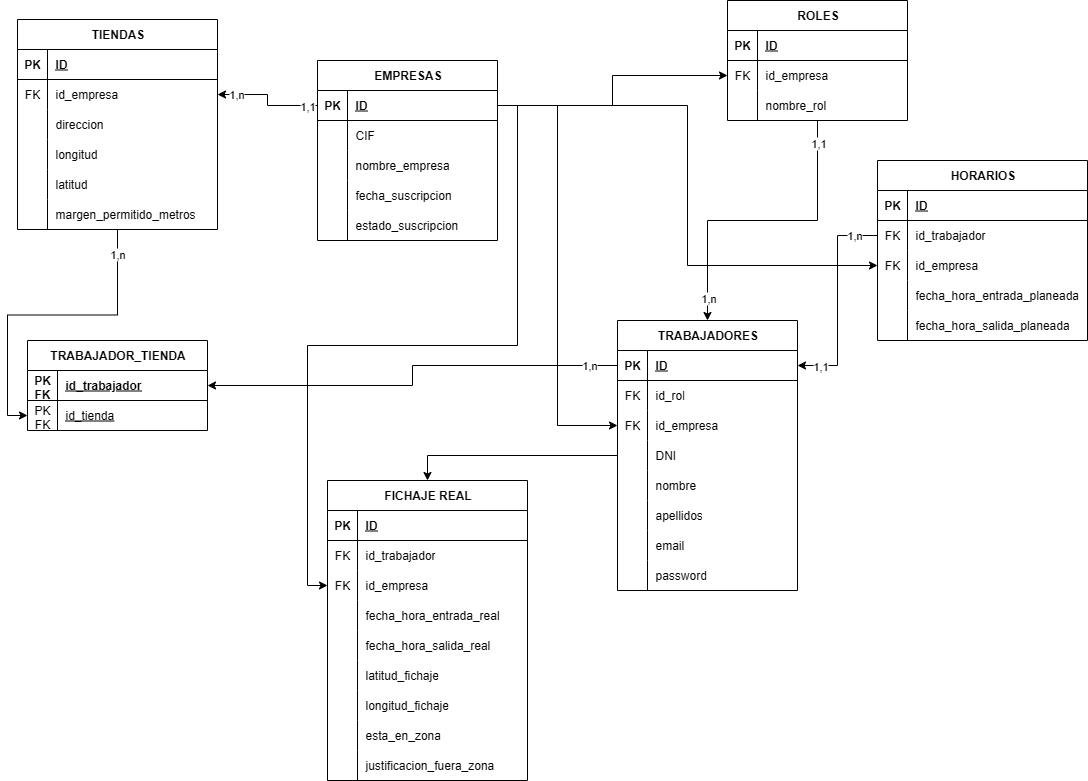
predolars/proyecto-horarios keeps this draw.io diagram as Diagrama ER Schedule checker.drawio.png. Above is the earlier version. Source tidied: cells renumbered, new cells last; positions are measured from the earlier drawing's top-left corner, leaving out a move shared by most shapes.
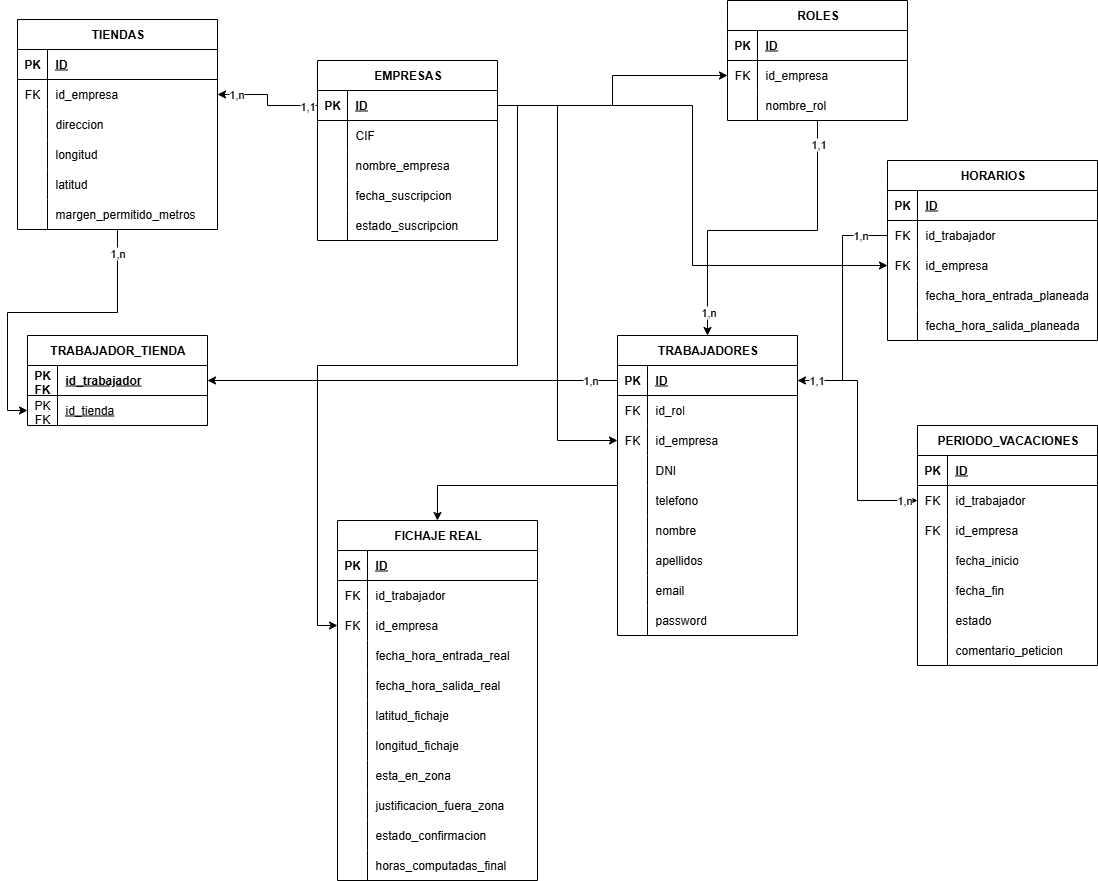
The same file after the commit.

Commit message:
Diagrama db actualizado

What changed in the source:
```diff
@@ -3,7 +3,7 @@
     <mxCell id="0" />
     <mxCell id="1" parent="0" />
     <mxCell id="2" value="FICHAJE REAL" style="shape=table;startSize=30;rowLines=0;fontStyle=1;align=center;html=1;" parent="1" vertex="1">
-      <mxGeometry x="310" y="480" width="200" height="300" as="geometry" />
+      <mxGeometry x="320" y="520" width="200" height="360" as="geometry" />
     </mxCell>
     <mxCell id="3" style="shape=tableRow;horizontal=0;startSize=0;swimlaneHead=0;swimlaneBody=0;fillColor=none;top=0;left=0;right=0;bottom=1;" parent="2" vertex="1">
       <mxGeometry y="30" width="200" height="30" as="geometry" />
@@ -86,6 +86,24 @@
     <mxCell id="29" value="justificacion_fuera_zona" style="shape=partialRectangle;fillColor=none;top=0;left=0;bottom=0;right=0;align=left;spacingLeft=6;overflow=hidden;whiteSpace=wrap;html=1;" parent="27" vertex="1">
       <mxGeometry x="30" width="170" height="30" as="geometry" />
     </mxCell>
+    <mxCell id="141" style="shape=tableRow;horizontal=0;startSize=0;swimlaneHead=0;swimlaneBody=0;fillColor=none;top=0;left=0;right=0;bottom=0;" parent="2" vertex="1">
+      <mxGeometry y="300" width="200" height="30" as="geometry" />
+    </mxCell>
+    <mxCell id="142" style="shape=partialRectangle;fillColor=none;top=0;left=0;bottom=0;right=0;overflow=hidden;whiteSpace=wrap;html=1;" parent="141" vertex="1">
+      <mxGeometry width="30" height="30" as="geometry" />
+    </mxCell>
+    <mxCell id="143" value="estado_confirmacion" style="shape=partialRectangle;fillColor=none;top=0;left=0;bottom=0;right=0;align=left;spacingLeft=6;overflow=hidden;whiteSpace=wrap;html=1;" parent="141" vertex="1">
+      <mxGeometry x="30" width="170" height="30" as="geometry" />
+    </mxCell>
+    <mxCell id="144" style="shape=tableRow;horizontal=0;startSize=0;swimlaneHead=0;swimlaneBody=0;fillColor=none;top=0;left=0;right=0;bottom=0;" parent="2" vertex="1">
+      <mxGeometry y="330" width="200" height="30" as="geometry" />
+    </mxCell>
+    <mxCell id="145" style="shape=partialRectangle;fillColor=none;top=0;left=0;bottom=0;right=0;overflow=hidden;whiteSpace=wrap;html=1;" parent="144" vertex="1">
+      <mxGeometry width="30" height="30" as="geometry" />
+    </mxCell>
+    <mxCell id="146" value="horas_computadas_final" style="shape=partialRectangle;fillColor=none;top=0;left=0;bottom=0;right=0;align=left;spacingLeft=6;overflow=hidden;whiteSpace=wrap;html=1;" parent="144" vertex="1">
+      <mxGeometry x="30" width="170" height="30" as="geometry" />
+    </mxCell>
     <mxCell id="30" style="edgeStyle=orthogonalEdgeStyle;rounded=0;jettySize=auto;html=1;entryX=0;entryY=0.5;entryDx=0;entryDy=0;" parent="1" edge="1" source="32" target="110">
       <mxGeometry relative="1" as="geometry" />
     </mxCell>
@@ -152,7 +170,7 @@
       <mxGeometry x="30" width="170" height="30" as="geometry" />
     </mxCell>
     <mxCell id="51" value="HORARIOS" style="shape=table;startSize=30;rowLines=0;fontStyle=1;align=center;html=1;" parent="1" vertex="1">
-      <mxGeometry x="860" y="160" width="210" height="180" as="geometry" />
+      <mxGeometry x="870" y="160" width="210" height="180" as="geometry" />
     </mxCell>
     <mxCell id="52" style="shape=tableRow;horizontal=0;startSize=0;swimlaneHead=0;swimlaneBody=0;fillColor=none;top=0;left=0;right=0;bottom=1;" parent="51" vertex="1">
       <mxGeometry y="30" width="210" height="30" as="geometry" />
@@ -203,7 +221,7 @@
       <mxGeometry relative="1" as="geometry" />
     </mxCell>
     <mxCell id="68" value="TRABAJADORES" style="shape=table;startSize=30;rowLines=0;fontStyle=1;align=center;html=1;" parent="1" vertex="1">
-      <mxGeometry x="600" y="320" width="180" height="270" as="geometry" />
+      <mxGeometry x="600" y="335" width="180" height="300" as="geometry" />
     </mxCell>
     <mxCell id="69" style="shape=tableRow;horizontal=0;startSize=0;swimlaneHead=0;swimlaneBody=0;fillColor=none;points=[[0,0.5],[1,0.5]];portConstraint=eastwest;top=0;left=0;right=0;bottom=1;" parent="68" vertex="1">
       <mxGeometry y="30" width="180" height="30" as="geometry" />
@@ -241,8 +259,17 @@
     <mxCell id="80" value="DNI" style="shape=partialRectangle;fillColor=none;top=0;left=0;bottom=0;right=0;align=left;spacingLeft=6;overflow=hidden;whiteSpace=wrap;html=1;" parent="78" vertex="1">
       <mxGeometry x="30" width="150" height="30" as="geometry" />
     </mxCell>
+    <mxCell id="147" style="shape=tableRow;horizontal=0;startSize=0;swimlaneHead=0;swimlaneBody=0;fillColor=none;top=0;left=0;right=0;bottom=0;" parent="68" vertex="1">
+      <mxGeometry y="150" width="180" height="30" as="geometry" />
+    </mxCell>
+    <mxCell id="148" style="shape=partialRectangle;fillColor=none;top=0;left=0;bottom=0;right=0;overflow=hidden;whiteSpace=wrap;html=1;" parent="147" vertex="1">
+      <mxGeometry width="30" height="30" as="geometry" />
+    </mxCell>
+    <mxCell id="149" value="telefono" style="shape=partialRectangle;fillColor=none;top=0;left=0;bottom=0;right=0;align=left;spacingLeft=6;overflow=hidden;whiteSpace=wrap;html=1;" parent="147" vertex="1">
+      <mxGeometry x="30" width="150" height="30" as="geometry" />
+    </mxCell>
     <mxCell id="81" style="shape=tableRow;horizontal=0;startSize=0;swimlaneHead=0;swimlaneBody=0;fillColor=none;top=0;left=0;right=0;bottom=0;" parent="68" vertex="1">
-      <mxGeometry y="150" width="180" height="30" as="geometry" />
+      <mxGeometry y="180" width="180" height="30" as="geometry" />
     </mxCell>
     <mxCell id="82" style="shape=partialRectangle;fillColor=none;top=0;left=0;bottom=0;right=0;overflow=hidden;whiteSpace=wrap;html=1;" parent="81" vertex="1">
       <mxGeometry width="30" height="30" as="geometry" />
@@ -251,7 +278,7 @@
       <mxGeometry x="30" width="150" height="30" as="geometry" />
     </mxCell>
     <mxCell id="84" style="shape=tableRow;horizontal=0;startSize=0;swimlaneHead=0;swimlaneBody=0;fillColor=none;top=0;left=0;right=0;bottom=0;" parent="68" vertex="1">
-      <mxGeometry y="180" width="180" height="30" as="geometry" />
+      <mxGeometry y="210" width="180" height="30" as="geometry" />
     </mxCell>
     <mxCell id="85" style="shape=partialRectangle;fillColor=none;top=0;left=0;bottom=0;right=0;overflow=hidden;whiteSpace=wrap;html=1;" parent="84" vertex="1">
       <mxGeometry width="30" height="30" as="geometry" />
@@ -260,7 +287,7 @@
       <mxGeometry x="30" width="150" height="30" as="geometry" />
     </mxCell>
     <mxCell id="87" style="shape=tableRow;horizontal=0;startSize=0;swimlaneHead=0;swimlaneBody=0;fillColor=none;top=0;left=0;right=0;bottom=0;" parent="68" vertex="1">
-      <mxGeometry y="210" width="180" height="30" as="geometry" />
+      <mxGeometry y="240" width="180" height="30" as="geometry" />
     </mxCell>
     <mxCell id="88" style="shape=partialRectangle;fillColor=none;top=0;left=0;bottom=0;right=0;overflow=hidden;whiteSpace=wrap;html=1;" parent="87" vertex="1">
       <mxGeometry width="30" height="30" as="geometry" />
@@ -269,7 +296,7 @@
       <mxGeometry x="30" width="150" height="30" as="geometry" />
     </mxCell>
     <mxCell id="90" style="shape=tableRow;horizontal=0;startSize=0;swimlaneHead=0;swimlaneBody=0;fillColor=none;top=0;left=0;right=0;bottom=0;" parent="68" vertex="1">
-      <mxGeometry y="240" width="180" height="30" as="geometry" />
+      <mxGeometry y="270" width="180" height="30" as="geometry" />
     </mxCell>
     <mxCell id="91" style="shape=partialRectangle;fillColor=none;top=0;left=0;bottom=0;right=0;overflow=hidden;whiteSpace=wrap;html=1;" parent="90" vertex="1">
       <mxGeometry width="30" height="30" as="geometry" />
@@ -278,7 +305,12 @@
       <mxGeometry x="30" width="150" height="30" as="geometry" />
     </mxCell>
     <mxCell id="93" style="edgeStyle=orthogonalEdgeStyle;rounded=0;jettySize=auto;html=1;entryX=0.5;entryY=0;entryDx=0;entryDy=0;" parent="1" edge="1" source="96" target="68">
-      <mxGeometry relative="1" as="geometry" />
+      <mxGeometry relative="1" as="geometry">
+        <Array as="points">
+          <mxPoint x="800" y="230" />
+          <mxPoint x="690" y="230" />
+        </Array>
+      </mxGeometry>
     </mxCell>
     <mxCell id="94" value="1,1" style="edgeLabel;html=1;align=center;verticalAlign=middle;" parent="93" vertex="1">
       <mxGeometry x="-0.86" y="1" relative="1" as="geometry">
@@ -321,7 +353,7 @@
       <mxGeometry x="30" width="150" height="30" as="geometry" />
     </mxCell>
     <mxCell id="106" value="TRABAJADOR_TIENDA" style="shape=table;startSize=30;rowLines=0;fontStyle=1;align=center;html=1;" parent="1" vertex="1">
-      <mxGeometry x="10" y="340" width="180" height="90" as="geometry" />
+      <mxGeometry x="10" y="335" width="180" height="90" as="geometry" />
     </mxCell>
     <mxCell id="107" style="shape=tableRow;horizontal=0;startSize=0;swimlaneHead=0;swimlaneBody=0;fillColor=none;top=0;left=0;right=0;bottom=1;" parent="106" vertex="1">
       <mxGeometry y="30" width="180" height="30" as="geometry" />
@@ -349,11 +381,6 @@
         <mxPoint x="9" y="-1" as="offset" />
       </mxGeometry>
     </mxCell>
-    <mxCell id="115" value="1,1" style="edgeLabel;html=1;align=center;verticalAlign=middle;" parent="113" vertex="1">
-      <mxGeometry x="0.79" y="1" relative="1" as="geometry">
-        <mxPoint y="-1" as="offset" />
-      </mxGeometry>
-    </mxCell>
     <mxCell id="116" style="edgeStyle=orthogonalEdgeStyle;rounded=0;jettySize=auto;html=1;entryX=1;entryY=0.5;entryDx=0;entryDy=0;" parent="1" edge="1" source="69" target="106">
       <mxGeometry relative="1" as="geometry" />
     </mxCell>
@@ -431,5 +458,80 @@
     <mxCell id="140" style="edgeStyle=orthogonalEdgeStyle;rounded=0;jettySize=auto;html=1;entryX=0;entryY=0.5;entryDx=0;entryDy=0;" parent="1" edge="1" source="119" target="58">
       <mxGeometry relative="1" as="geometry" />
     </mxCell>
+    <mxCell id="150" style="edgeStyle=orthogonalEdgeStyle;rounded=0;jettySize=auto;html=1;entryX=0;entryY=0.5;entryDx=0;entryDy=0;" parent="1" edge="1" source="69" target="156">
+      <mxGeometry relative="1" as="geometry" />
+    </mxCell>
+    <mxCell id="115" value="1,1" style="edgeLabel;html=1;align=center;verticalAlign=middle;" parent="150" vertex="1">
+      <mxGeometry x="-0.85" y="1" relative="1" as="geometry" />
+    </mxCell>
+    <mxCell id="151" value="1,n" style="edgeLabel;html=1;align=center;verticalAlign=middle;" parent="150" vertex="1">
+      <mxGeometry x="0.88" y="1" relative="1" as="geometry" />
+    </mxCell>
+    <mxCell id="152" value="PERIODO_VACACIONES" style="shape=table;startSize=30;rowLines=0;fontStyle=1;align=center;html=1;" parent="1" vertex="1">
+      <mxGeometry x="900" y="425" width="180" height="240" as="geometry" />
+    </mxCell>
+    <mxCell id="153" style="shape=tableRow;horizontal=0;startSize=0;swimlaneHead=0;swimlaneBody=0;fillColor=none;top=0;left=0;right=0;bottom=1;" parent="152" vertex="1">
+      <mxGeometry y="30" width="180" height="30" as="geometry" />
+    </mxCell>
+    <mxCell id="154" value="PK" style="shape=partialRectangle;fillColor=none;top=0;left=0;bottom=0;right=0;fontStyle=1;overflow=hidden;whiteSpace=wrap;html=1;" parent="153" vertex="1">
+      <mxGeometry width="30" height="30" as="geometry" />
+    </mxCell>
+    <mxCell id="155" value="ID" style="shape=partialRectangle;fillColor=none;top=0;left=0;bottom=0;right=0;align=left;spacingLeft=6;fontStyle=5;overflow=hidden;whiteSpace=wrap;html=1;" parent="153" vertex="1">
+      <mxGeometry x="30" width="150" height="30" as="geometry" />
+    </mxCell>
+    <mxCell id="156" style="shape=tableRow;horizontal=0;startSize=0;swimlaneHead=0;swimlaneBody=0;fillColor=none;points=[[0,0.5],[1,0.5]];portConstraint=eastwest;top=0;left=0;right=0;bottom=0;" parent="152" vertex="1">
+      <mxGeometry y="60" width="180" height="30" as="geometry" />
+    </mxCell>
+    <mxCell id="157" value="FK" style="shape=partialRectangle;fillColor=none;top=0;left=0;bottom=0;right=0;overflow=hidden;whiteSpace=wrap;html=1;" parent="156" vertex="1">
+      <mxGeometry width="30" height="30" as="geometry" />
+    </mxCell>
+    <mxCell id="158" value="id_trabajador" style="shape=partialRectangle;fillColor=none;top=0;left=0;bottom=0;right=0;align=left;spacingLeft=6;overflow=hidden;whiteSpace=wrap;html=1;" parent="156" vertex="1">
+      <mxGeometry x="30" width="150" height="30" as="geometry" />
+    </mxCell>
+    <mxCell id="159" style="shape=tableRow;horizontal=0;startSize=0;swimlaneHead=0;swimlaneBody=0;fillColor=none;top=0;left=0;right=0;bottom=0;" parent="152" vertex="1">
+      <mxGeometry y="90" width="180" height="30" as="geometry" />
+    </mxCell>
+    <mxCell id="160" value="FK" style="shape=partialRectangle;fillColor=none;top=0;left=0;bottom=0;right=0;overflow=hidden;whiteSpace=wrap;html=1;" parent="159" vertex="1">
+      <mxGeometry width="30" height="30" as="geometry" />
+    </mxCell>
+    <mxCell id="161" value="id_empresa" style="shape=partialRectangle;fillColor=none;top=0;left=0;bottom=0;right=0;align=left;spacingLeft=6;overflow=hidden;whiteSpace=wrap;html=1;" parent="159" vertex="1">
+      <mxGeometry x="30" width="150" height="30" as="geometry" />
+    </mxCell>
+    <mxCell id="162" style="shape=tableRow;horizontal=0;startSize=0;swimlaneHead=0;swimlaneBody=0;fillColor=none;top=0;left=0;right=0;bottom=0;" parent="152" vertex="1">
+      <mxGeometry y="120" width="180" height="30" as="geometry" />
+    </mxCell>
+    <mxCell id="163" style="shape=partialRectangle;fillColor=none;top=0;left=0;bottom=0;right=0;overflow=hidden;whiteSpace=wrap;html=1;" parent="162" vertex="1">
+      <mxGeometry width="30" height="30" as="geometry" />
+    </mxCell>
+    <mxCell id="164" value="fecha_inicio" style="shape=partialRectangle;fillColor=none;top=0;left=0;bottom=0;right=0;align=left;spacingLeft=6;overflow=hidden;whiteSpace=wrap;html=1;" parent="162" vertex="1">
+      <mxGeometry x="30" width="150" height="30" as="geometry" />
+    </mxCell>
+    <mxCell id="165" style="shape=tableRow;horizontal=0;startSize=0;swimlaneHead=0;swimlaneBody=0;fillColor=none;top=0;left=0;right=0;bottom=0;" parent="152" vertex="1">
+      <mxGeometry y="150" width="180" height="30" as="geometry" />
+    </mxCell>
+    <mxCell id="166" style="shape=partialRectangle;fillColor=none;top=0;left=0;bottom=0;right=0;overflow=hidden;whiteSpace=wrap;html=1;" parent="165" vertex="1">
+      <mxGeometry width="30" height="30" as="geometry" />
+    </mxCell>
+    <mxCell id="167" value="fecha_fin" style="shape=partialRectangle;fillColor=none;top=0;left=0;bottom=0;right=0;align=left;spacingLeft=6;overflow=hidden;whiteSpace=wrap;html=1;" parent="165" vertex="1">
+      <mxGeometry x="30" width="150" height="30" as="geometry" />
+    </mxCell>
+    <mxCell id="168" style="shape=tableRow;horizontal=0;startSize=0;swimlaneHead=0;swimlaneBody=0;fillColor=none;top=0;left=0;right=0;bottom=0;" parent="152" vertex="1">
+      <mxGeometry y="180" width="180" height="30" as="geometry" />
+    </mxCell>
+    <mxCell id="169" style="shape=partialRectangle;fillColor=none;top=0;left=0;bottom=0;right=0;overflow=hidden;whiteSpace=wrap;html=1;" parent="168" vertex="1">
+      <mxGeometry width="30" height="30" as="geometry" />
+    </mxCell>
+    <mxCell id="170" value="estado" style="shape=partialRectangle;fillColor=none;top=0;left=0;bottom=0;right=0;align=left;spacingLeft=6;overflow=hidden;whiteSpace=wrap;html=1;" parent="168" vertex="1">
+      <mxGeometry x="30" width="150" height="30" as="geometry" />
+    </mxCell>
+    <mxCell id="171" style="shape=tableRow;horizontal=0;startSize=0;swimlaneHead=0;swimlaneBody=0;fillColor=none;top=0;left=0;right=0;bottom=0;" parent="152" vertex="1">
+      <mxGeometry y="210" width="180" height="30" as="geometry" />
+    </mxCell>
+    <mxCell id="172" style="shape=partialRectangle;fillColor=none;top=0;left=0;bottom=0;right=0;overflow=hidden;whiteSpace=wrap;html=1;" parent="171" vertex="1">
+      <mxGeometry width="30" height="30" as="geometry" />
+    </mxCell>
+    <mxCell id="173" value="comentario_peticion" style="shape=partialRectangle;fillColor=none;top=0;left=0;bottom=0;right=0;align=left;spacingLeft=6;overflow=hidden;whiteSpace=wrap;html=1;" parent="171" vertex="1">
+      <mxGeometry x="30" width="150" height="30" as="geometry" />
+    </mxCell>
   </root>
 </mxGraphModel>
```
